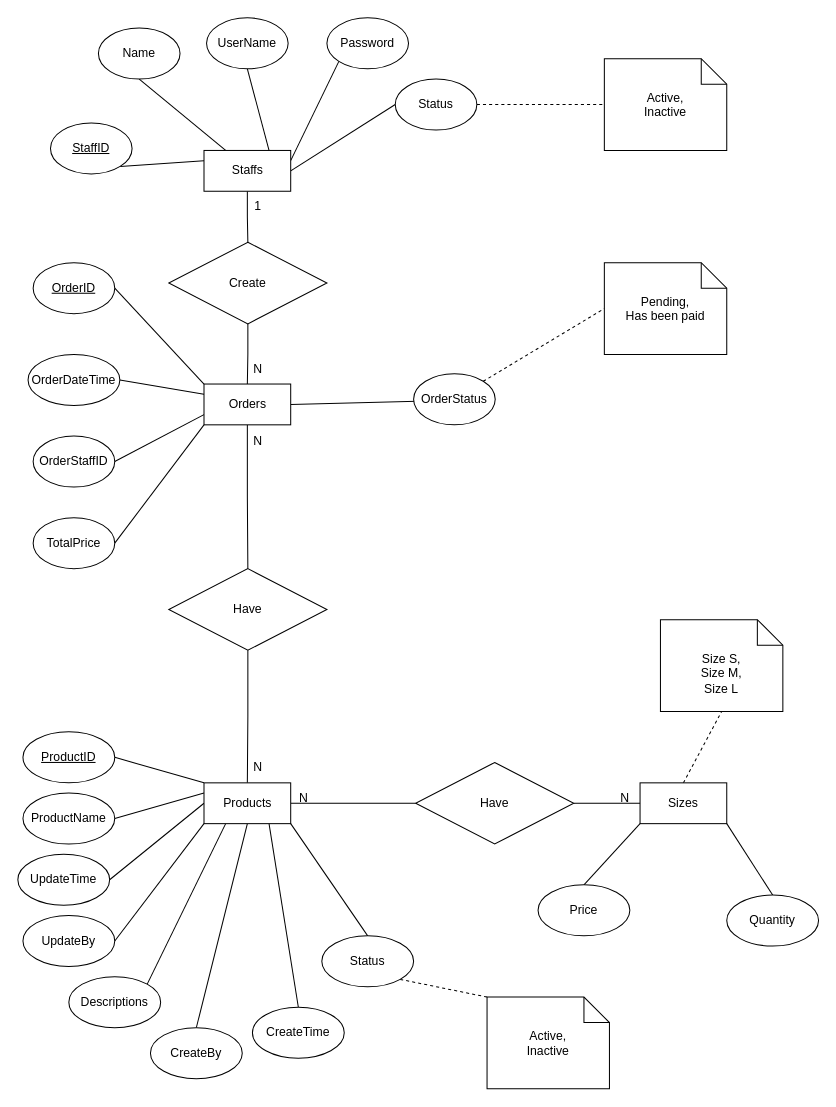
The draw.io diagram page "ERDConcept" (1 of 2) of Diagram/Entity_Relationship_Diagram/ERD1.drawio in NDuc-Dev/Project-1, before the edit. Source tidied: cells renumbered, new cells numbered last; positions are measured from the earlier drawing's top-left corner, leaving out a move shared by most shapes. Both pictures are drawn from the tidied source at 102%, with x=0, y=0 at pixel (17, 17).
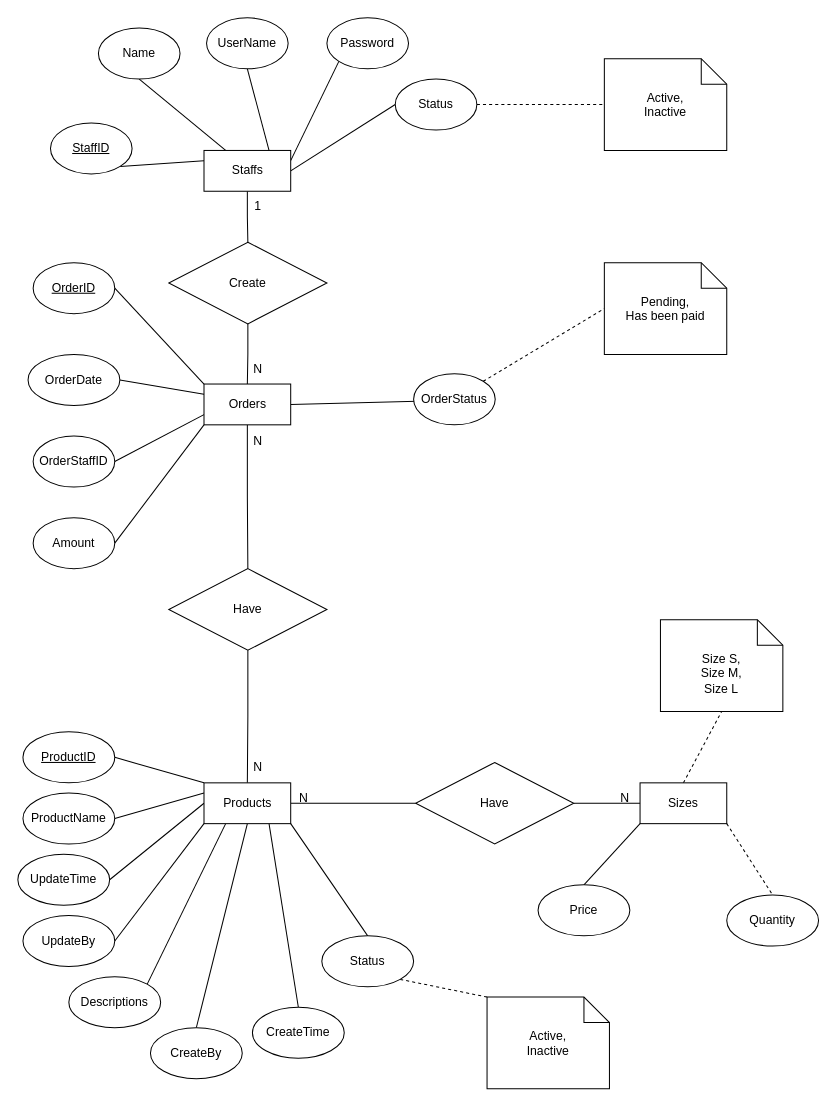
The same diagram, later.

The change refers to these unchanged cells:
```xml
<mxCell id="46" value="Quantity" style="ellipse;whiteSpace=wrap;html=1;" parent="1" vertex="1">
  <mxGeometry x="695" y="860" width="90" height="50" as="geometry" />
</mxCell>
<mxCell id="51" value="Sizes" style="rounded=0;whiteSpace=wrap;html=1;" parent="1" vertex="1">
  <mxGeometry x="610" y="750" width="85" height="40" as="geometry" />
</mxCell>
```

The edit, as a diff of the source:
```diff
@@
-    <mxCell id="25" value="OrderDateTime" style="ellipse;whiteSpace=wrap;html=1;" parent="1" vertex="1">
+    <mxCell id="25" value="OrderDate" style="ellipse;whiteSpace=wrap;html=1;" parent="1" vertex="1">
       <mxGeometry x="10" y="330" width="90" height="50" as="geometry" />
     </mxCell>
@@
-    <mxCell id="33" style="rounded=0;jettySize=auto;html=1;exitX=1;exitY=1;exitDx=0;exitDy=0;entryX=0.5;entryY=0;entryDx=0;entryDy=0;endArrow=none;endFill=0;" parent="1" edge="1" source="51" target="46">
+    <mxCell id="33" style="rounded=0;jettySize=auto;html=1;exitX=1;exitY=1;exitDx=0;exitDy=0;entryX=0.5;entryY=0;entryDx=0;entryDy=0;endArrow=none;endFill=0;dashed=1;" parent="1" edge="1" source="51" target="46">
       <mxGeometry relative="1" as="geometry" />
     </mxCell>
@@
-    <mxCell id="57" value="TotalPrice" style="ellipse;whiteSpace=wrap;html=1;" parent="1" vertex="1">
+    <mxCell id="57" value="Amount" style="ellipse;whiteSpace=wrap;html=1;" parent="1" vertex="1">
       <mxGeometry x="15" y="490" width="80" height="50" as="geometry" />
     </mxCell>
```
